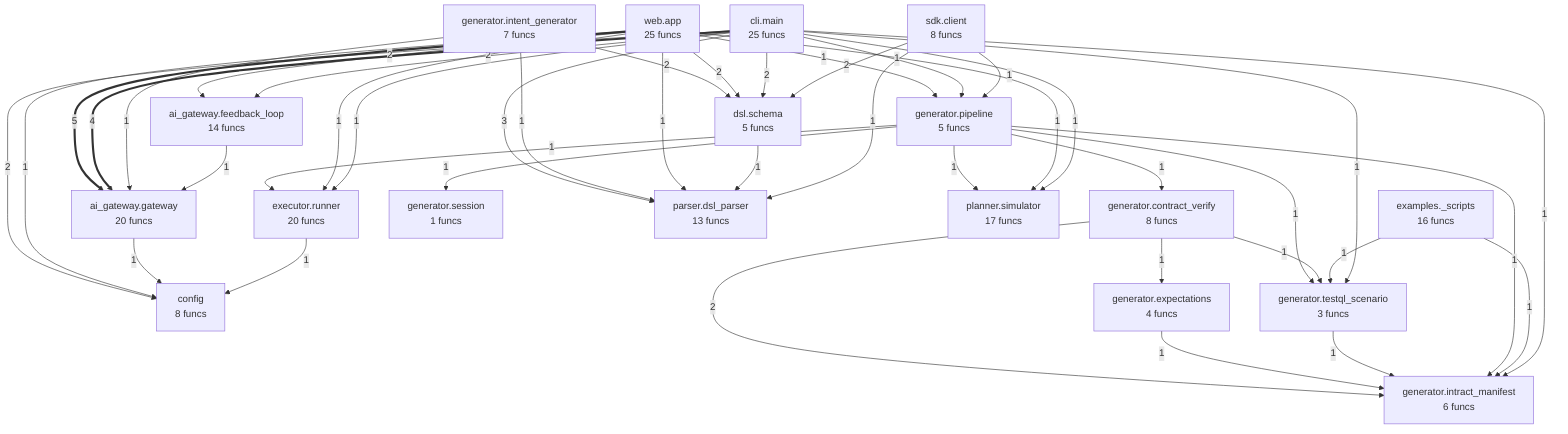
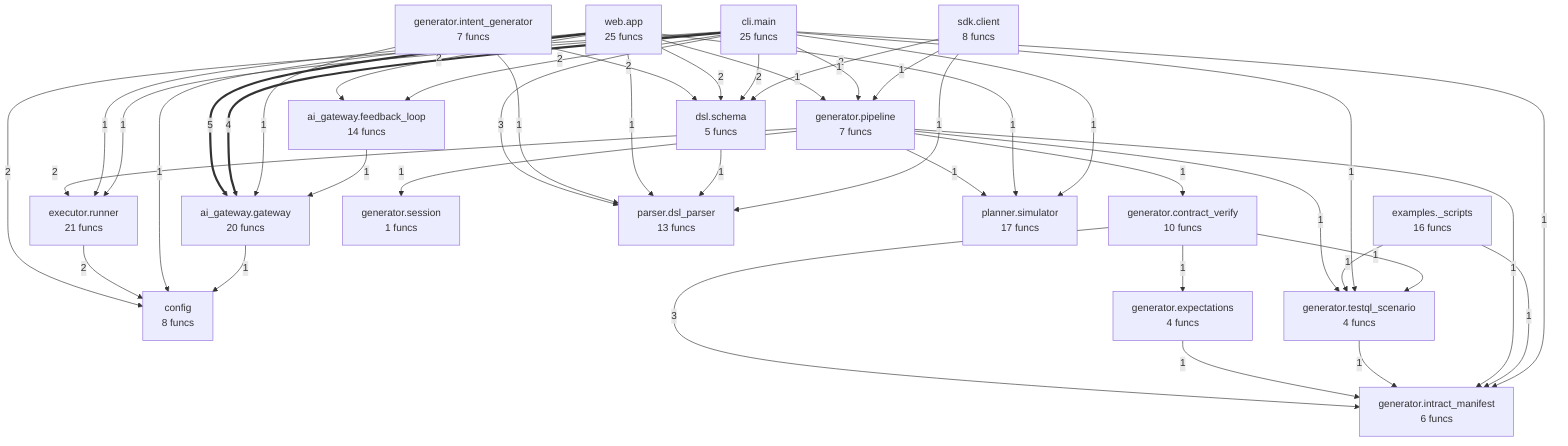
flowchart TD
%% generated in 0.00s
    ai_gateway__feedback_loop["ai_gateway.feedback_loop<br/>14 funcs"]
    ai_gateway__gateway["ai_gateway.gateway<br/>20 funcs"]
    cli__main["cli.main<br/>25 funcs"]
    config["config<br/>8 funcs"]
    dsl__schema["dsl.schema<br/>5 funcs"]
    examples___scripts["examples._scripts<br/>16 funcs"]
-     executor__runner["executor.runner<br/>20 funcs"]
-     generator__contract_verify["generator.contract_verify<br/>8 funcs"]
+     executor__runner["executor.runner<br/>21 funcs"]
+     generator__contract_verify["generator.contract_verify<br/>10 funcs"]
    generator__expectations["generator.expectations<br/>4 funcs"]
    generator__intent_generator["generator.intent_generator<br/>7 funcs"]
    generator__intract_manifest["generator.intract_manifest<br/>6 funcs"]
-     generator__pipeline["generator.pipeline<br/>5 funcs"]
+     generator__pipeline["generator.pipeline<br/>7 funcs"]
    generator__session["generator.session<br/>1 funcs"]
-     generator__testql_scenario["generator.testql_scenario<br/>3 funcs"]
+     generator__testql_scenario["generator.testql_scenario<br/>4 funcs"]
    parser__dsl_parser["parser.dsl_parser<br/>13 funcs"]
    planner__simulator["planner.simulator<br/>17 funcs"]
    sdk__client["sdk.client<br/>8 funcs"]
    web__app["web.app<br/>25 funcs"]
    web__app ==>|5| ai_gateway__gateway
    cli__main ==>|4| ai_gateway__gateway
    cli__main -->|3| parser__dsl_parser
+     generator__contract_verify -->|3| generator__intract_manifest
    generator__intent_generator -->|2| dsl__schema
-     generator__contract_verify -->|2| generator__intract_manifest
+     generator__pipeline -->|2| executor__runner
    web__app -->|2| dsl__schema
    web__app -->|2| ai_gateway__feedback_loop
    cli__main -->|2| config
    cli__main -->|2| ai_gateway__feedback_loop
    cli__main -->|2| dsl__schema
+     executor__runner -->|2| config
    sdk__client -->|2| dsl__schema
    generator__expectations -->|1| generator__intract_manifest
    generator__intent_generator -->|1| ai_gateway__gateway
    generator__intent_generator -->|1| parser__dsl_parser
    generator__testql_scenario -->|1| generator__intract_manifest
    generator__pipeline -->|1| generator__intract_manifest
    generator__pipeline -->|1| generator__testql_scenario
    generator__pipeline -->|1| generator__session
    generator__pipeline -->|1| planner__simulator
-     generator__pipeline -->|1| executor__runner
    generator__pipeline -->|1| generator__contract_verify
-     generator__contract_verify -->|1| generator__testql_scenario
-     generator__contract_verify -->|1| generator__expectations
    examples___scripts -->|1| generator__testql_scenario
    examples___scripts -->|1| generator__intract_manifest
    web__app -->|1| generator__pipeline
    web__app -->|1| parser__dsl_parser
    web__app -->|1| planner__simulator
    web__app -->|1| executor__runner
    web__app -->|1| config
    ai_gateway__gateway -->|1| config
    ai_gateway__feedback_loop -->|1| ai_gateway__gateway
    cli__main -->|1| planner__simulator
    cli__main -->|1| executor__runner
    cli__main -->|1| generator__pipeline
    cli__main -->|1| generator__intract_manifest
    cli__main -->|1| generator__testql_scenario
-     executor__runner -->|1| config
    dsl__schema -->|1| parser__dsl_parser
    sdk__client -->|1| generator__pipeline
    sdk__client -->|1| parser__dsl_parser
+     generator__contract_verify -->|1| generator__testql_scenario
+     generator__contract_verify -->|1| generator__expectations
